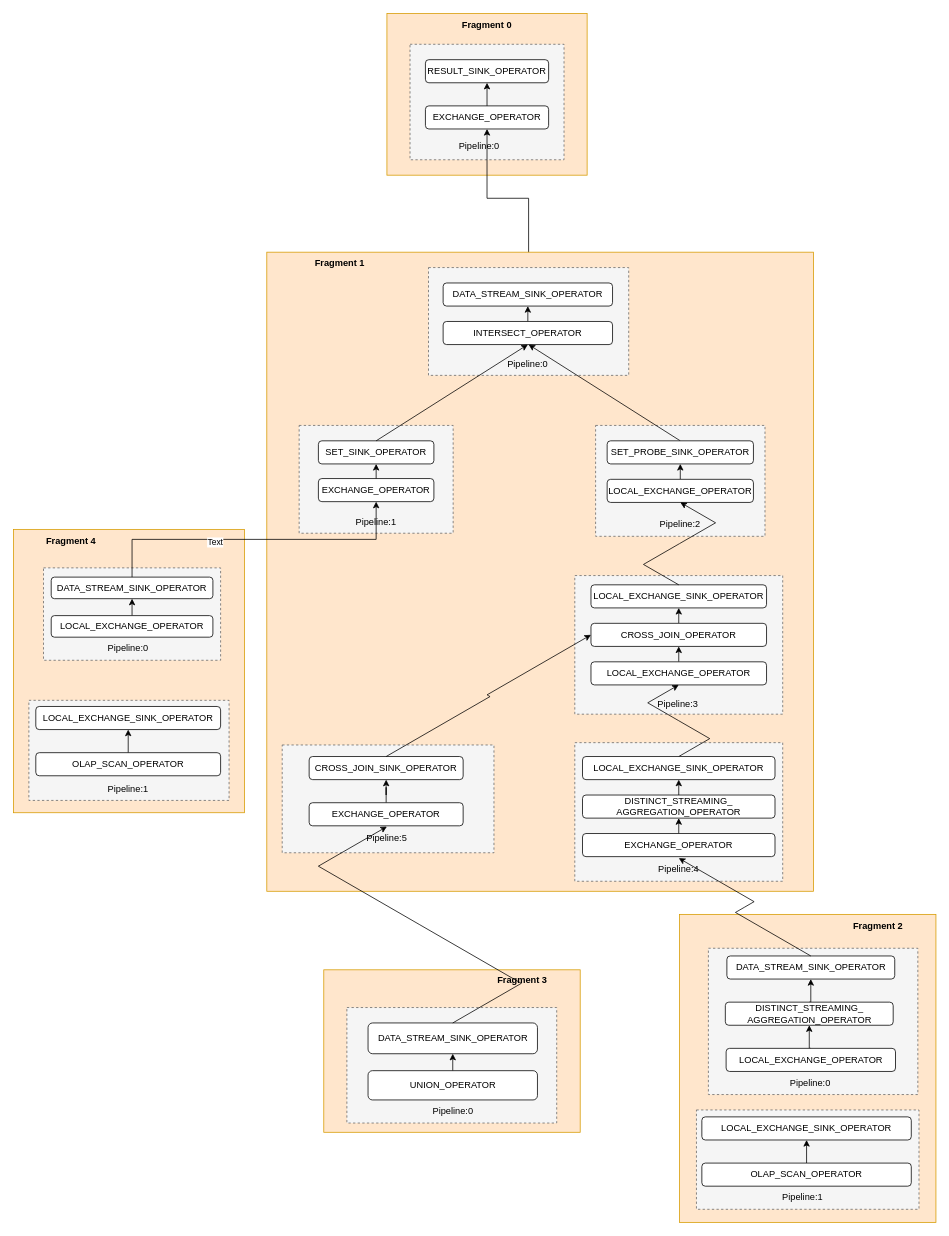
This is Doris_pipeline.drawio from kingstar158/HelloWorld, a draw.io file, before an edit. Source tidied: cells renumbered, new cells numbered last; positions are measured from the earlier drawing's top-left corner, leaving out a move shared by most shapes. Both pictures are drawn from the tidied source at 77%, with x=0, y=0 at pixel (13, 13).
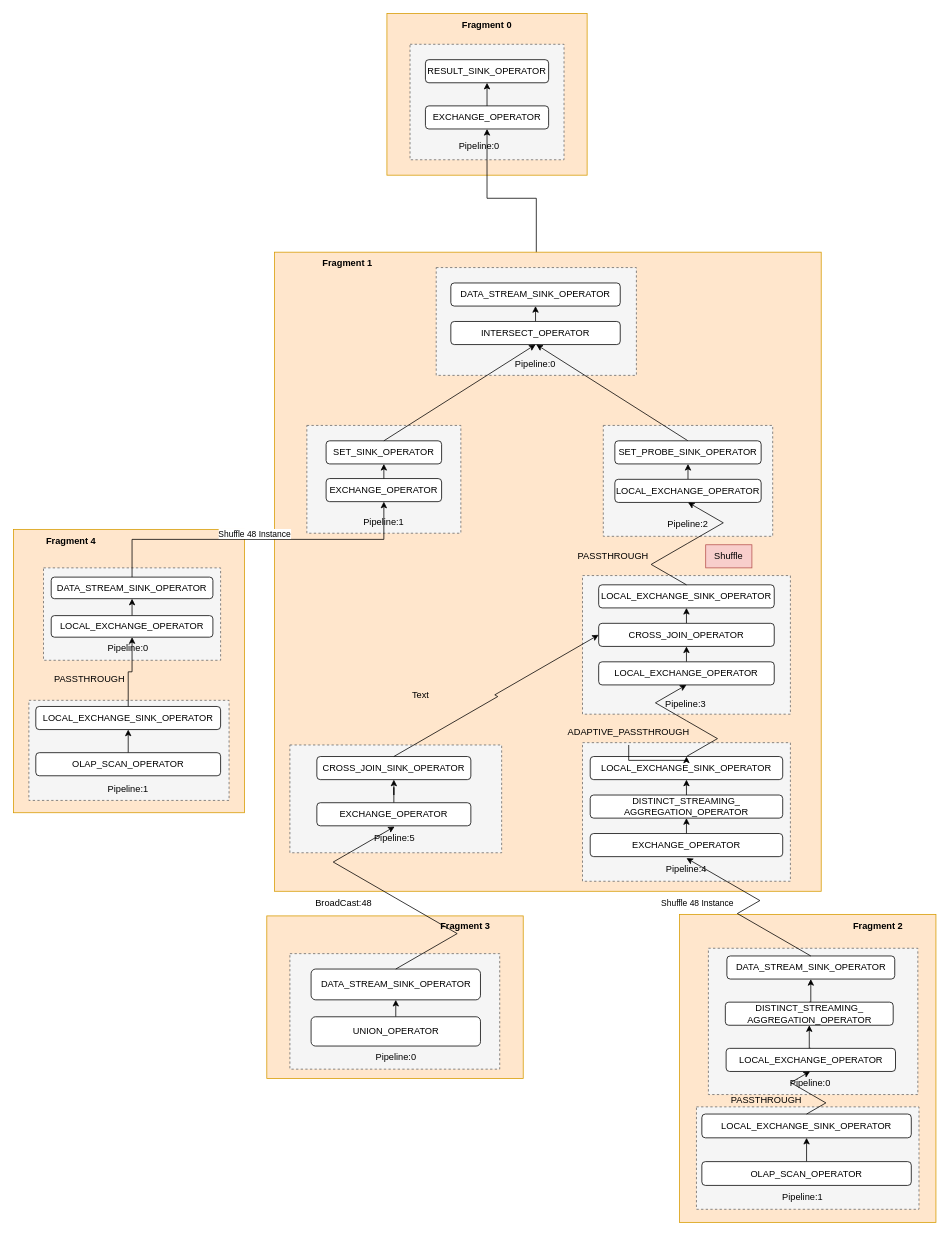
Above is the later version.

Unchanged cells that the change refers to:
```xml
<mxCell id="19" value="Pipeline:0" style="text;html=1;align=center;verticalAlign=middle;whiteSpace=wrap;rounded=0;" parent="1" vertex="1">
  <mxGeometry x="1004.5" y="1374" width="60" height="30" as="geometry" />
</mxCell>
<mxCell id="67" value="LOCAL_EXCHANGE_SINK_OPERATOR" style="rounded=1;whiteSpace=wrap;html=1;" parent="36" vertex="1">
  <mxGeometry x="410" y="655" width="250" height="30" as="geometry" />
</mxCell>
<mxCell id="88" value="LOCAL_EXCHANGE_OPERATOR" style="rounded=1;whiteSpace=wrap;html=1;" parent="84" vertex="1">
  <mxGeometry x="10" y="62" width="210" height="28" as="geometry" />
</mxCell>
<mxCell id="90" value="LOCAL_EXCHANGE_SINK_OPERATOR" style="rounded=1;whiteSpace=wrap;html=1;" parent="1" vertex="1">
  <mxGeometry x="29" y="900" width="240" height="30" as="geometry" />
</mxCell>
<mxCell id="95" style="edgeStyle=orthogonalEdgeStyle;rounded=0;jettySize=auto;html=1;exitX=0.5;exitY=0;exitDx=0;exitDy=0;" parent="1" edge="1" source="86" target="51">
  <mxGeometry relative="1" as="geometry" />
</mxCell>
```

Change to the diagram source:
```diff
@@
     <mxCell id="20" style="group;" parent="1" vertex="1">
-      <mxGeometry x="887" y="1424" width="289" height="129" as="geometry" />
+      <mxGeometry x="887" y="1420" width="289" height="133" as="geometry" />
     </mxCell>
     <mxCell id="21" style="rounded=0;whiteSpace=wrap;html=1;fillColor=#f5f5f5;dashed=1;strokeColor=#666666;fontColor=#333333;" parent="20" vertex="1">
-      <mxGeometry width="289" height="129" as="geometry" />
+      <mxGeometry width="289" height="133" as="geometry" />
     </mxCell>
     <mxCell id="22" value="LOCAL_EXCHANGE_SINK_OPERATOR" style="rounded=1;whiteSpace=wrap;html=1;" parent="20" vertex="1">
-      <mxGeometry x="7" y="9" width="272" height="30" as="geometry" />
+      <mxGeometry x="7" y="9.3" width="272" height="30.9" as="geometry" />
     </mxCell>
@@
     <mxCell id="24" value="OLAP_SCAN_OPERATOR" style="rounded=1;whiteSpace=wrap;html=1;" parent="20" vertex="1">
-      <mxGeometry x="7" y="69" width="272" height="30" as="geometry" />
+      <mxGeometry x="7" y="71.1" width="272" height="30.9" as="geometry" />
     </mxCell>
     <mxCell id="25" value="Pipeline:1" style="text;html=1;align=center;verticalAlign=middle;whiteSpace=wrap;rounded=0;" parent="20" vertex="1">
-      <mxGeometry x="108" y="99" width="60" height="30" as="geometry" />
+      <mxGeometry x="108" y="102.1" width="60" height="30.9" as="geometry" />
     </mxCell>
@@
     <mxCell id="27" style="group;" parent="1" vertex="1">
-      <mxGeometry x="403" y="1240" width="333" height="213" as="geometry" />
+      <mxGeometry x="329" y="1170" width="333" height="213" as="geometry" />
     </mxCell>
@@
     <mxCell id="36" style="group;" parent="1" vertex="1">
-      <mxGeometry x="329" y="310" width="710" height="830" as="geometry" />
+      <mxGeometry x="339" y="310" width="710" height="830" as="geometry" />
     </mxCell>
@@
+    <mxCell id="97" value="PASSTHROUGH" style="text;html=1;align=center;verticalAlign=middle;whiteSpace=wrap;rounded=0;" parent="36" vertex="1">
+      <mxGeometry x="410" y="380" width="60" height="30" as="geometry" />
+    </mxCell>
+    <mxCell id="98" value="Shuffle" style="text;html=1;align=center;verticalAlign=middle;whiteSpace=wrap;rounded=0;fillColor=#f8cecc;strokeColor=#b85450;" parent="36" vertex="1">
+      <mxGeometry x="560" y="380" width="60" height="30" as="geometry" />
+    </mxCell>
+    <mxCell id="99" style="edgeStyle=orthogonalEdgeStyle;rounded=0;jettySize=auto;html=1;" parent="36" edge="1" source="100" target="67">
+      <mxGeometry relative="1" as="geometry" />
+    </mxCell>
+    <mxCell id="100" value="ADAPTIVE_PASSTHROUGH" style="text;html=1;align=center;verticalAlign=middle;whiteSpace=wrap;rounded=0;" parent="36" vertex="1">
+      <mxGeometry x="360" y="607" width="200" height="33" as="geometry" />
+    </mxCell>
@@
+    <mxCell id="101" style="edgeStyle=orthogonalEdgeStyle;rounded=0;jettySize=auto;html=1;exitX=0.5;exitY=0;exitDx=0;exitDy=0;" parent="1" edge="1" source="90" target="88">
+      <mxGeometry relative="1" as="geometry" />
+    </mxCell>
@@
-    <mxCell id="96" value="Text" style="edgeLabel;html=1;align=center;verticalAlign=middle;" parent="95" vertex="1">
-      <mxGeometry x="-0.25" y="-3" relative="1" as="geometry" />
+    <mxCell id="96" value="Shuffle 48 Instance" style="edgeLabel;html=1;align=center;verticalAlign=middle;fillColor=#FF6666;" parent="95" vertex="1">
+      <mxGeometry x="-0.25" y="-3" relative="1" as="geometry">
+        <mxPoint x="48" y="-11" as="offset" />
+      </mxGeometry>
     </mxCell>
+    <mxCell id="102" value="Text" style="text;html=1;align=center;verticalAlign=middle;whiteSpace=wrap;rounded=0;" parent="1" vertex="1">
+      <mxGeometry x="499" y="870" width="60" height="30" as="geometry" />
+    </mxCell>
+    <mxCell id="103" value="PASSTHROUGH" style="text;html=1;align=center;verticalAlign=middle;whiteSpace=wrap;rounded=0;" parent="1" vertex="1">
+      <mxGeometry x="69" y="850" width="60" height="30" as="geometry" />
+    </mxCell>
+    <mxCell id="104" value="BroadCast:48" style="text;html=1;align=center;verticalAlign=middle;whiteSpace=wrap;rounded=0;" parent="1" vertex="1">
+      <mxGeometry x="389" y="1140" width="80" height="30" as="geometry" />
+    </mxCell>
+    <mxCell id="105" style="edgeStyle=isometricEdgeStyle;rounded=0;jettySize=auto;html=1;exitX=0.5;exitY=0;exitDx=0;exitDy=0;entryX=0.5;entryY=0;entryDx=0;entryDy=0;" parent="1" edge="1" source="22" target="19">
+      <mxGeometry relative="1" as="geometry" />
+    </mxCell>
+    <mxCell id="106" value="PASSTHROUGH" style="text;html=1;align=center;verticalAlign=middle;whiteSpace=wrap;rounded=0;" parent="1" vertex="1">
+      <mxGeometry x="947.5" y="1397" width="60" height="30" as="geometry" />
+    </mxCell>
+    <mxCell id="107" value="Shuffle 48 Instance" style="edgeLabel;html=1;align=center;verticalAlign=middle;fillColor=#FF6666;" parent="1" vertex="1">
+      <mxGeometry x="887" y="1155" as="geometry" />
+    </mxCell>
```
